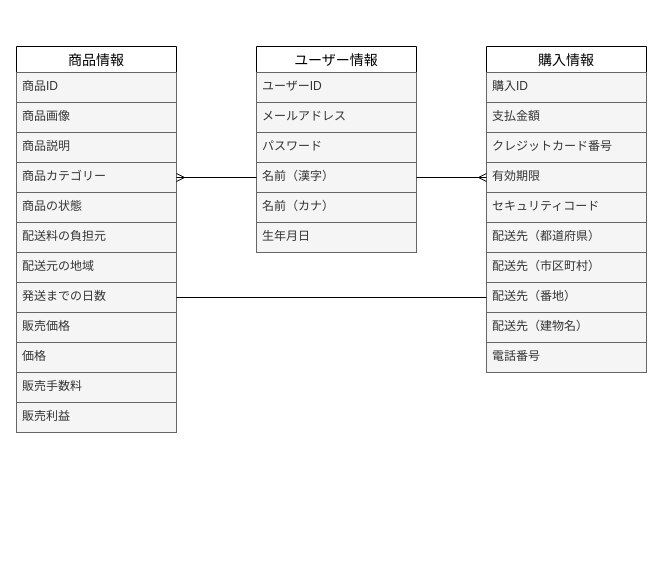
Above: data.dio in umedamao925/furima40032 (draw.io), before the change. Source tidied: cells renumbered, new cells numbered last; positions are measured from the earlier drawing's top-left corner, leaving out a move shared by most shapes. Both pictures are drawn from the tidied source at 100%, with x=0, y=0 at pixel (16, 46).
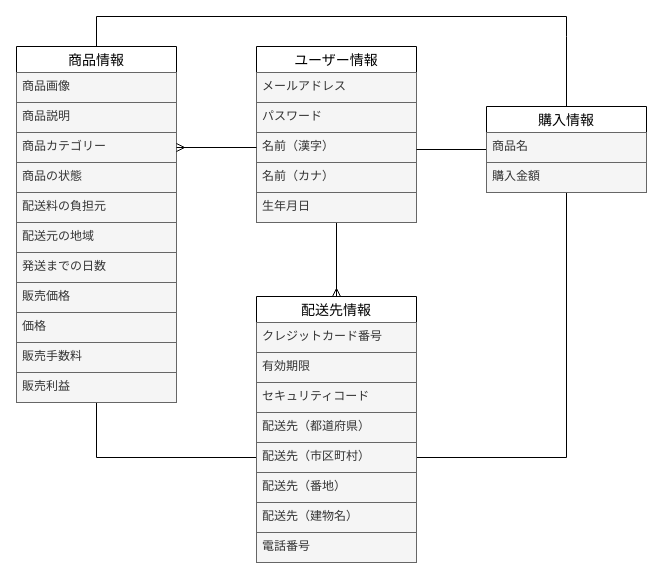
The same diagram, later.

Diff of the diagram source:
```diff
@@
+    <mxCell id="36" style="edgeStyle=none;html=1;exitX=0.5;exitY=1;exitDx=0;exitDy=0;entryX=0.5;entryY=0;entryDx=0;entryDy=0;fontColor=#030303;endArrow=ERmany;endFill=0;" parent="1" edge="1" source="2" target="42">
+      <mxGeometry relative="1" as="geometry" />
+    </mxCell>
     <mxCell id="2" value="ユーザー情報" style="swimlane;fontStyle=0;horizontal=1;startSize=26;align=center;fontSize=14;" parent="1" vertex="1">
-      <mxGeometry x="240" width="160" height="206" as="geometry" />
+      <mxGeometry x="240" width="160" height="176" as="geometry" />
     </mxCell>
-    <mxCell id="3" value="ユーザーID" style="text;strokeColor=#666666;fillColor=#f5f5f5;spacingLeft=4;spacingRight=4;overflow=hidden;fontSize=12;fontColor=#333333;" parent="2" vertex="1">
-      <mxGeometry y="26" width="160" height="30" as="geometry" />
-    </mxCell>
     <mxCell id="4" value="メールアドレス" style="text;strokeColor=#666666;fillColor=#f5f5f5;spacingLeft=4;spacingRight=4;overflow=hidden;fontSize=12;fontColor=#333333;" parent="2" vertex="1">
-      <mxGeometry y="56" width="160" height="30" as="geometry" />
+      <mxGeometry y="26" width="160" height="30" as="geometry" />
     </mxCell>
     <mxCell id="5" value="パスワード" style="text;strokeColor=#666666;fillColor=#f5f5f5;spacingLeft=4;spacingRight=4;overflow=hidden;fontSize=12;fontColor=#333333;" parent="2" vertex="1">
-      <mxGeometry y="86" width="160" height="30" as="geometry" />
+      <mxGeometry y="56" width="160" height="30" as="geometry" />
     </mxCell>
     <mxCell id="6" value="名前（漢字）" style="text;strokeColor=#666666;fillColor=#f5f5f5;spacingLeft=4;spacingRight=4;overflow=hidden;points=[[0,0.5],[1,0.5]];portConstraint=eastwest;fontSize=12;fontColor=#333333;" parent="2" vertex="1">
-      <mxGeometry y="116" width="160" height="30" as="geometry" />
+      <mxGeometry y="86" width="160" height="30" as="geometry" />
     </mxCell>
     <mxCell id="7" value="名前（カナ）" style="text;strokeColor=#666666;fillColor=#f5f5f5;spacingLeft=4;spacingRight=4;overflow=hidden;fontSize=12;fontColor=#333333;" parent="2" vertex="1">
-      <mxGeometry y="146" width="160" height="30" as="geometry" />
+      <mxGeometry y="116" width="160" height="30" as="geometry" />
     </mxCell>
     <mxCell id="8" value="生年月日" style="text;strokeColor=#666666;fillColor=#f5f5f5;spacingLeft=4;spacingRight=4;overflow=hidden;fontSize=12;fontColor=#333333;" parent="2" vertex="1">
-      <mxGeometry y="176" width="160" height="30" as="geometry" />
+      <mxGeometry y="146" width="160" height="30" as="geometry" />
     </mxCell>
+    <mxCell id="37" style="edgeStyle=orthogonalEdgeStyle;rounded=0;html=1;exitX=0.5;exitY=1;exitDx=0;exitDy=0;fontColor=#030303;endArrow=none;endFill=0;" parent="1" edge="1" source="9" target="29">
+      <mxGeometry relative="1" as="geometry" />
+    </mxCell>
+    <mxCell id="38" style="edgeStyle=orthogonalEdgeStyle;rounded=0;html=1;exitX=0.5;exitY=0;exitDx=0;exitDy=0;fontColor=#030303;endArrow=none;endFill=0;" parent="1" edge="1" source="9">
+      <mxGeometry relative="1" as="geometry">
+        <mxPoint x="550" y="-10" as="targetPoint" />
+        <Array as="points">
+          <mxPoint x="80" y="-30" />
+          <mxPoint x="550" y="-30" />
+        </Array>
+      </mxGeometry>
+    </mxCell>
     <mxCell id="9" value="商品情報" style="swimlane;fontStyle=0;horizontal=1;startSize=26;align=center;fontSize=14;" parent="1" vertex="1">
-      <mxGeometry width="160" height="386" as="geometry" />
+      <mxGeometry width="160" height="356" as="geometry" />
     </mxCell>
-    <mxCell id="10" value="商品ID" style="text;strokeColor=#666666;fillColor=#f5f5f5;spacingLeft=4;spacingRight=4;overflow=hidden;fontSize=12;fontColor=#333333;" parent="9" vertex="1">
-      <mxGeometry y="26" width="160" height="30" as="geometry" />
-    </mxCell>
     <mxCell id="11" value="商品画像" style="text;strokeColor=#666666;fillColor=#f5f5f5;spacingLeft=4;spacingRight=4;overflow=hidden;fontSize=12;fontColor=#333333;" parent="9" vertex="1">
-      <mxGeometry y="56" width="160" height="30" as="geometry" />
+      <mxGeometry y="26" width="160" height="30" as="geometry" />
     </mxCell>
     <mxCell id="12" value="商品説明" style="text;strokeColor=#666666;fillColor=#f5f5f5;spacingLeft=4;spacingRight=4;overflow=hidden;fontSize=12;fontColor=#333333;" parent="9" vertex="1">
-      <mxGeometry y="86" width="160" height="30" as="geometry" />
+      <mxGeometry y="56" width="160" height="30" as="geometry" />
     </mxCell>
     <mxCell id="13" value="商品カテゴリー" style="text;strokeColor=#666666;fillColor=#f5f5f5;spacingLeft=4;spacingRight=4;overflow=hidden;points=[[0,0.5],[1,0.5]];portConstraint=eastwest;fontSize=12;fontColor=#333333;" parent="9" vertex="1">
-      <mxGeometry y="116" width="160" height="30" as="geometry" />
+      <mxGeometry y="86" width="160" height="30" as="geometry" />
     </mxCell>
     <mxCell id="14" value="商品の状態" style="text;strokeColor=#666666;fillColor=#f5f5f5;spacingLeft=4;spacingRight=4;overflow=hidden;fontSize=12;fontColor=#333333;" parent="9" vertex="1">
-      <mxGeometry y="146" width="160" height="30" as="geometry" />
+      <mxGeometry y="116" width="160" height="30" as="geometry" />
     </mxCell>
     <mxCell id="15" value="配送料の負担元" style="text;strokeColor=#666666;fillColor=#f5f5f5;spacingLeft=4;spacingRight=4;overflow=hidden;fontSize=12;fontColor=#333333;" parent="9" vertex="1">
-      <mxGeometry y="176" width="160" height="30" as="geometry" />
+      <mxGeometry y="146" width="160" height="30" as="geometry" />
     </mxCell>
     <mxCell id="16" value="配送元の地域" style="text;strokeColor=#666666;fillColor=#f5f5f5;spacingLeft=4;spacingRight=4;overflow=hidden;fontSize=12;fontColor=#333333;" parent="9" vertex="1">
-      <mxGeometry y="206" width="160" height="30" as="geometry" />
+      <mxGeometry y="176" width="160" height="30" as="geometry" />
     </mxCell>
     <mxCell id="17" value="発送までの日数" style="text;strokeColor=#666666;fillColor=#f5f5f5;spacingLeft=4;spacingRight=4;overflow=hidden;points=[[0,0.5],[1,0.5]];portConstraint=eastwest;fontSize=12;fontColor=#333333;" parent="9" vertex="1">
-      <mxGeometry y="236" width="160" height="30" as="geometry" />
+      <mxGeometry y="206" width="160" height="30" as="geometry" />
     </mxCell>
     <mxCell id="18" value="販売価格" style="text;strokeColor=#666666;fillColor=#f5f5f5;spacingLeft=4;spacingRight=4;overflow=hidden;fontSize=12;fontColor=#333333;" parent="9" vertex="1">
-      <mxGeometry y="266" width="160" height="30" as="geometry" />
+      <mxGeometry y="236" width="160" height="30" as="geometry" />
     </mxCell>
     <mxCell id="19" value="価格" style="text;strokeColor=#666666;fillColor=#f5f5f5;spacingLeft=4;spacingRight=4;overflow=hidden;fontSize=12;fontColor=#333333;" parent="9" vertex="1">
-      <mxGeometry y="296" width="160" height="30" as="geometry" />
+      <mxGeometry y="266" width="160" height="30" as="geometry" />
     </mxCell>
     <mxCell id="20" value="販売手数料" style="text;strokeColor=#666666;fillColor=#f5f5f5;spacingLeft=4;spacingRight=4;overflow=hidden;fontSize=12;fontColor=#333333;" parent="9" vertex="1">
-      <mxGeometry y="326" width="160" height="30" as="geometry" />
+      <mxGeometry y="296" width="160" height="30" as="geometry" />
     </mxCell>
     <mxCell id="21" value="販売利益" style="text;strokeColor=#666666;fillColor=#f5f5f5;spacingLeft=4;spacingRight=4;overflow=hidden;fontSize=12;fontColor=#333333;" parent="9" vertex="1">
-      <mxGeometry y="356" width="160" height="30" as="geometry" />
+      <mxGeometry y="326" width="160" height="30" as="geometry" />
     </mxCell>
+    <mxCell id="39" style="edgeStyle=none;html=1;exitX=0;exitY=0.5;exitDx=0;exitDy=0;fontColor=#030303;endArrow=none;endFill=0;" parent="1" edge="1" source="22">
+      <mxGeometry relative="1" as="geometry">
+        <mxPoint x="400" y="103" as="targetPoint" />
+      </mxGeometry>
+    </mxCell>
+    <mxCell id="40" style="edgeStyle=orthogonalEdgeStyle;html=1;exitX=0.5;exitY=1;exitDx=0;exitDy=0;fontColor=#030303;endArrow=none;endFill=0;rounded=0;" parent="1" edge="1" source="22" target="29">
+      <mxGeometry relative="1" as="geometry" />
+    </mxCell>
+    <mxCell id="41" style="edgeStyle=orthogonalEdgeStyle;rounded=0;html=1;exitX=0.5;exitY=0;exitDx=0;exitDy=0;fontColor=#030303;endArrow=none;endFill=0;" parent="1" edge="1" source="22">
+      <mxGeometry relative="1" as="geometry">
+        <mxPoint x="550" y="-10" as="targetPoint" />
+      </mxGeometry>
+    </mxCell>
     <mxCell id="22" value="購入情報" style="swimlane;fontStyle=0;horizontal=1;startSize=26;align=center;fontSize=14;" parent="1" vertex="1">
-      <mxGeometry x="470" width="160" height="326" as="geometry" />
+      <mxGeometry x="470" y="60" width="160" height="86" as="geometry" />
     </mxCell>
-    <mxCell id="23" value="購入ID" style="text;strokeColor=#666666;fillColor=#f5f5f5;spacingLeft=4;spacingRight=4;overflow=hidden;fontSize=12;fontColor=#333333;" parent="22" vertex="1">
-      <mxGeometry y="26" width="160" height="30" as="geometry" />
-    </mxCell>
-    <mxCell id="24" value="支払金額" style="text;strokeColor=#666666;fillColor=#f5f5f5;spacingLeft=4;spacingRight=4;overflow=hidden;fontSize=12;fontColor=#333333;" parent="22" vertex="1">
-      <mxGeometry y="56" width="160" height="30" as="geometry" />
-    </mxCell>
-    <mxCell id="25" value="クレジットカード番号" style="text;strokeColor=#666666;fillColor=#f5f5f5;spacingLeft=4;spacingRight=4;overflow=hidden;fontSize=12;fontColor=#333333;" parent="22" vertex="1">
-      <mxGeometry y="86" width="160" height="30" as="geometry" />
+    <mxCell id="25" value="商品名" style="text;strokeColor=#666666;fillColor=#f5f5f5;spacingLeft=4;spacingRight=4;overflow=hidden;fontSize=12;fontColor=#333333;" parent="22" vertex="1">
+      <mxGeometry y="26" width="160" height="30" as="geometry" />
     </mxCell>
-    <mxCell id="26" value="有効期限" style="text;strokeColor=#666666;fillColor=#f5f5f5;spacingLeft=4;spacingRight=4;overflow=hidden;points=[[0,0.5],[1,0.5]];portConstraint=eastwest;fontSize=12;fontColor=#333333;" parent="22" vertex="1">
-      <mxGeometry y="116" width="160" height="30" as="geometry" />
+    <mxCell id="26" value="購入金額" style="text;strokeColor=#666666;fillColor=#f5f5f5;spacingLeft=4;spacingRight=4;overflow=hidden;points=[[0,0.5],[1,0.5]];portConstraint=eastwest;fontSize=12;fontColor=#333333;" parent="22" vertex="1">
+      <mxGeometry y="56" width="160" height="30" as="geometry" />
     </mxCell>
+    <mxCell id="33" style="edgeStyle=none;html=1;exitX=0;exitY=0.5;exitDx=0;exitDy=0;entryX=1;entryY=0.5;entryDx=0;entryDy=0;startArrow=none;startFill=0;endArrow=ERmany;endFill=0;" parent="1" edge="1" source="6" target="13">
+      <mxGeometry relative="1" as="geometry" />
+    </mxCell>
+    <mxCell id="42" value="配送先情報" style="swimlane;fontStyle=0;horizontal=1;startSize=26;align=center;fontSize=14;" parent="1" vertex="1">
+      <mxGeometry x="240" y="250" width="160" height="266" as="geometry" />
+    </mxCell>
+    <mxCell id="43" value="クレジットカード番号" style="text;strokeColor=#666666;fillColor=#f5f5f5;spacingLeft=4;spacingRight=4;overflow=hidden;fontSize=12;fontColor=#333333;" parent="42" vertex="1">
+      <mxGeometry y="26" width="160" height="30" as="geometry" />
+    </mxCell>
+    <mxCell id="44" value="有効期限" style="text;strokeColor=#666666;fillColor=#f5f5f5;spacingLeft=4;spacingRight=4;overflow=hidden;fontSize=12;fontColor=#333333;" parent="42" vertex="1">
+      <mxGeometry y="56" width="160" height="30" as="geometry" />
+    </mxCell>
-    <mxCell id="27" value="セキュリティコード" style="text;strokeColor=#666666;fillColor=#f5f5f5;spacingLeft=4;spacingRight=4;overflow=hidden;fontSize=12;fontColor=#333333;" parent="22" vertex="1">
-      <mxGeometry y="146" width="160" height="30" as="geometry" />
+    <mxCell id="27" value="セキュリティコード" style="text;strokeColor=#666666;fillColor=#f5f5f5;spacingLeft=4;spacingRight=4;overflow=hidden;fontSize=12;fontColor=#333333;" parent="42" vertex="1">
+      <mxGeometry y="86" width="160" height="30" as="geometry" />
     </mxCell>
-    <mxCell id="28" value="配送先（都道府県）" style="text;strokeColor=#666666;fillColor=#f5f5f5;spacingLeft=4;spacingRight=4;overflow=hidden;fontSize=12;fontColor=#333333;" parent="22" vertex="1">
-      <mxGeometry y="176" width="160" height="30" as="geometry" />
+    <mxCell id="28" value="配送先（都道府県）" style="text;strokeColor=#666666;fillColor=#f5f5f5;spacingLeft=4;spacingRight=4;overflow=hidden;fontSize=12;fontColor=#333333;" parent="42" vertex="1">
+      <mxGeometry y="116" width="160" height="30" as="geometry" />
     </mxCell>
-    <mxCell id="29" value="配送先（市区町村）" style="text;strokeColor=#666666;fillColor=#f5f5f5;spacingLeft=4;spacingRight=4;overflow=hidden;points=[[0,0.5],[1,0.5]];portConstraint=eastwest;fontSize=12;fontColor=#333333;" parent="22" vertex="1">
-      <mxGeometry y="206" width="160" height="30" as="geometry" />
+    <mxCell id="29" value="配送先（市区町村）" style="text;strokeColor=#666666;fillColor=#f5f5f5;spacingLeft=4;spacingRight=4;overflow=hidden;points=[[0,0.5],[1,0.5]];portConstraint=eastwest;fontSize=12;fontColor=#333333;" parent="42" vertex="1">
+      <mxGeometry y="146" width="160" height="30" as="geometry" />
     </mxCell>
-    <mxCell id="30" value="配送先（番地）" style="text;strokeColor=#666666;fillColor=#f5f5f5;spacingLeft=4;spacingRight=4;overflow=hidden;points=[[0,0.5],[1,0.5]];portConstraint=eastwest;fontSize=12;fontColor=#333333;" parent="22" vertex="1">
-      <mxGeometry y="236" width="160" height="30" as="geometry" />
+    <mxCell id="30" value="配送先（番地）" style="text;strokeColor=#666666;fillColor=#f5f5f5;spacingLeft=4;spacingRight=4;overflow=hidden;points=[[0,0.5],[1,0.5]];portConstraint=eastwest;fontSize=12;fontColor=#333333;" parent="42" vertex="1">
+      <mxGeometry y="176" width="160" height="30" as="geometry" />
     </mxCell>
-    <mxCell id="31" value="配送先（建物名）" style="text;strokeColor=#666666;fillColor=#f5f5f5;spacingLeft=4;spacingRight=4;overflow=hidden;fontSize=12;fontColor=#333333;" parent="22" vertex="1">
-      <mxGeometry y="266" width="160" height="30" as="geometry" />
+    <mxCell id="31" value="配送先（建物名）" style="text;strokeColor=#666666;fillColor=#f5f5f5;spacingLeft=4;spacingRight=4;overflow=hidden;fontSize=12;fontColor=#333333;" parent="42" vertex="1">
+      <mxGeometry y="206" width="160" height="30" as="geometry" />
     </mxCell>
-    <mxCell id="32" value="電話番号" style="text;strokeColor=#666666;fillColor=#f5f5f5;spacingLeft=4;spacingRight=4;overflow=hidden;fontSize=12;fontColor=#333333;" parent="22" vertex="1">
-      <mxGeometry y="296" width="160" height="30" as="geometry" />
+    <mxCell id="32" value="電話番号" style="text;strokeColor=#666666;fillColor=#f5f5f5;spacingLeft=4;spacingRight=4;overflow=hidden;fontSize=12;fontColor=#333333;" parent="42" vertex="1">
+      <mxGeometry y="236" width="160" height="30" as="geometry" />
     </mxCell>
-    <mxCell id="33" style="edgeStyle=none;html=1;exitX=0;exitY=0.5;exitDx=0;exitDy=0;entryX=1;entryY=0.5;entryDx=0;entryDy=0;startArrow=none;startFill=0;endArrow=ERmany;endFill=0;" parent="1" edge="1" source="6" target="13">
-      <mxGeometry relative="1" as="geometry" />
-    </mxCell>
-    <mxCell id="34" style="edgeStyle=none;html=1;exitX=1;exitY=0.5;exitDx=0;exitDy=0;startArrow=none;startFill=0;endArrow=ERmany;endFill=0;" parent="1" edge="1" source="6" target="26">
-      <mxGeometry relative="1" as="geometry" />
-    </mxCell>
-    <mxCell id="35" style="edgeStyle=none;html=1;exitX=1;exitY=0.5;exitDx=0;exitDy=0;startArrow=none;startFill=0;endArrow=none;endFill=0;" parent="1" edge="1" source="17" target="30">
-      <mxGeometry relative="1" as="geometry" />
-    </mxCell>
```
